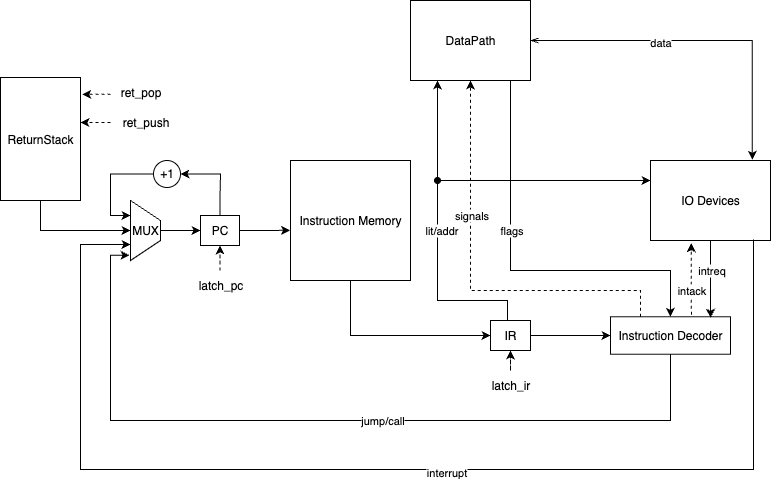
mike-yasnov/csa_lab_4_v2 keeps this draw.io diagram as docs/images/controlunit.png. Above is the earlier version. Source tidied: cells renumbered, new cells last; positions are measured from the earlier drawing's top-left corner, leaving out a move shared by most shapes. The source it was exported from:
```xml
<mxGraphModel>
  <root>
    <mxCell id="0" />
    <mxCell id="1" parent="0" />
    <mxCell id="2" style="edgeStyle=orthogonalEdgeStyle;rounded=0;jettySize=auto;html=1;exitX=0.5;exitY=0;exitDx=0;exitDy=0;entryX=0;entryY=0.5;entryDx=0;entryDy=0;" parent="1" edge="1" source="3" target="6">
      <mxGeometry relative="1" as="geometry" />
    </mxCell>
    <mxCell id="3" value="MUX" style="shape=trapezoid;perimeter=trapezoidPerimeter;whiteSpace=wrap;html=1;fixedSize=1;direction=south;" parent="1" vertex="1">
      <mxGeometry x="130" y="200" width="30" height="60" as="geometry" />
    </mxCell>
    <mxCell id="4" style="edgeStyle=orthogonalEdgeStyle;rounded=0;jettySize=auto;html=1;exitX=0.5;exitY=1;exitDx=0;exitDy=0;" parent="1" edge="1" source="15">
      <mxGeometry relative="1" as="geometry">
        <mxPoint x="130" y="230" as="targetPoint" />
        <Array as="points">
          <mxPoint x="50" y="230" />
          <mxPoint x="130" y="230" />
        </Array>
      </mxGeometry>
    </mxCell>
    <mxCell id="5" style="edgeStyle=orthogonalEdgeStyle;rounded=0;jettySize=auto;html=1;entryX=1;entryY=0.5;entryDx=0;entryDy=0;" parent="1" edge="1" source="6" target="20">
      <mxGeometry relative="1" as="geometry">
        <Array as="points">
          <mxPoint x="220" y="195" />
          <mxPoint x="220" y="195" />
          <mxPoint x="220" y="173" />
        </Array>
      </mxGeometry>
    </mxCell>
    <mxCell id="6" value="PC" style="rounded=0;whiteSpace=wrap;html=1;fillColor=none;" parent="1" vertex="1">
      <mxGeometry x="200" y="215" width="39" height="30" as="geometry" />
    </mxCell>
    <mxCell id="7" style="edgeStyle=orthogonalEdgeStyle;rounded=0;jettySize=auto;html=1;entryX=0;entryY=0.5;entryDx=0;entryDy=0;exitX=0.5;exitY=1;exitDx=0;exitDy=0;" parent="1" edge="1" source="8" target="11">
      <mxGeometry relative="1" as="geometry">
        <Array as="points">
          <mxPoint x="350" y="335" />
        </Array>
      </mxGeometry>
    </mxCell>
    <mxCell id="8" value="Instruction Memory" style="whiteSpace=wrap;html=1;fillColor=none;" parent="1" vertex="1">
      <mxGeometry x="290" y="160" width="120" height="120" as="geometry" />
    </mxCell>
    <mxCell id="9" style="edgeStyle=orthogonalEdgeStyle;rounded=0;jettySize=auto;html=1;exitX=1;exitY=0.5;exitDx=0;exitDy=0;entryX=-0.003;entryY=0.581;entryDx=0;entryDy=0;entryPerimeter=0;" parent="1" edge="1" source="6" target="8">
      <mxGeometry relative="1" as="geometry" />
    </mxCell>
    <mxCell id="10" style="edgeStyle=orthogonalEdgeStyle;rounded=0;jettySize=auto;html=1;exitX=1;exitY=0.5;exitDx=0;exitDy=0;entryX=0;entryY=0.5;entryDx=0;entryDy=0;" parent="1" edge="1" source="11" target="25">
      <mxGeometry relative="1" as="geometry" />
    </mxCell>
    <mxCell id="11" value="IR" style="rounded=0;whiteSpace=wrap;html=1;fillColor=none;" parent="1" vertex="1">
      <mxGeometry x="490" y="320" width="40" height="30" as="geometry" />
    </mxCell>
    <mxCell id="12" style="edgeStyle=orthogonalEdgeStyle;rounded=0;jettySize=auto;html=1;entryX=0.5;entryY=1;entryDx=0;entryDy=0;dashed=1;" parent="1" edge="1" source="13" target="11">
      <mxGeometry relative="1" as="geometry" />
    </mxCell>
    <mxCell id="13" value="latch_ir" style="text;html=1;align=center;verticalAlign=middle;points=[];strokeColor=none;fillColor=none;" parent="1" vertex="1">
      <mxGeometry x="480" y="370" width="60" height="30" as="geometry" />
    </mxCell>
    <mxCell id="14" style="group;" parent="1" vertex="1">
      <mxGeometry y="77" width="210" height="123" as="geometry" />
    </mxCell>
    <mxCell id="15" value="ReturnStack" style="rounded=0;whiteSpace=wrap;html=1;fillColor=none;" parent="14" vertex="1">
      <mxGeometry width="80" height="123" as="geometry" />
    </mxCell>
    <mxCell id="16" value="ret_pop" style="text;html=1;align=center;verticalAlign=middle;points=[];strokeColor=none;fillColor=none;" parent="14" vertex="1">
      <mxGeometry x="110" width="60" height="30" as="geometry" />
    </mxCell>
    <mxCell id="17" style="edgeStyle=orthogonalEdgeStyle;rounded=0;jettySize=auto;html=1;dashed=1;entryX=1.021;entryY=0.136;entryDx=0;entryDy=0;entryPerimeter=0;" parent="14" edge="1" source="16" target="15">
      <mxGeometry relative="1" as="geometry">
        <Array as="points">
          <mxPoint x="130" y="17" />
          <mxPoint x="130" y="17" />
        </Array>
      </mxGeometry>
    </mxCell>
    <mxCell id="18" style="edgeStyle=orthogonalEdgeStyle;rounded=0;jettySize=auto;html=1;dashed=1;" parent="14" edge="1" source="19" target="15">
      <mxGeometry relative="1" as="geometry">
        <Array as="points">
          <mxPoint x="130" y="43" />
          <mxPoint x="130" y="43" />
        </Array>
      </mxGeometry>
    </mxCell>
    <mxCell id="19" value="ret_push" style="text;html=1;align=center;verticalAlign=middle;points=[];strokeColor=none;fillColor=none;" parent="14" vertex="1">
      <mxGeometry x="110" y="30" width="70" height="30" as="geometry" />
    </mxCell>
    <mxCell id="20" value="+1" style="ellipse;whiteSpace=wrap;html=1;" parent="14" vertex="1">
      <mxGeometry x="153" y="83" width="27" height="27" as="geometry" />
    </mxCell>
    <mxCell id="21" style="edgeStyle=orthogonalEdgeStyle;rounded=0;jettySize=auto;html=1;exitX=0.5;exitY=1;exitDx=0;exitDy=0;entryX=0.913;entryY=1.03;entryDx=0;entryDy=0;entryPerimeter=0;" parent="1" edge="1" source="25" target="3">
      <mxGeometry relative="1" as="geometry">
        <Array as="points">
          <mxPoint x="670" y="420" />
          <mxPoint x="110" y="420" />
          <mxPoint x="110" y="255" />
        </Array>
      </mxGeometry>
    </mxCell>
    <mxCell id="22" value="jump/call" style="edgeLabel;html=1;align=center;verticalAlign=middle;" parent="21" vertex="1">
      <mxGeometry x="-0.12" y="-1" relative="1" as="geometry" />
    </mxCell>
    <mxCell id="23" style="edgeStyle=orthogonalEdgeStyle;rounded=0;jettySize=auto;html=1;exitX=0.25;exitY=0;exitDx=0;exitDy=0;dashed=1;" parent="1" edge="1" source="25" target="31">
      <mxGeometry relative="1" as="geometry">
        <Array as="points">
          <mxPoint x="640" y="290" />
          <mxPoint x="470" y="290" />
        </Array>
      </mxGeometry>
    </mxCell>
    <mxCell id="24" value="signals" style="edgeLabel;html=1;align=center;verticalAlign=middle;" parent="23" vertex="1">
      <mxGeometry x="0.56" relative="1" as="geometry">
        <mxPoint y="46" as="offset" />
      </mxGeometry>
    </mxCell>
    <mxCell id="25" value="Instruction Decoder" style="rounded=0;whiteSpace=wrap;html=1;fillColor=none;" parent="1" vertex="1">
      <mxGeometry x="610" y="316.2" width="120" height="37.5" as="geometry" />
    </mxCell>
    <mxCell id="26" style="edgeStyle=orthogonalEdgeStyle;rounded=0;jettySize=auto;html=1;exitX=0;exitY=0.5;exitDx=0;exitDy=0;entryX=0.25;entryY=1;entryDx=0;entryDy=0;" parent="1" edge="1" source="20" target="3">
      <mxGeometry relative="1" as="geometry" />
    </mxCell>
    <mxCell id="27" style="edgeStyle=orthogonalEdgeStyle;rounded=0;jettySize=auto;html=1;entryX=0.5;entryY=1;entryDx=0;entryDy=0;dashed=1;" parent="1" edge="1" source="28" target="6">
      <mxGeometry relative="1" as="geometry" />
    </mxCell>
    <mxCell id="28" value="latch_pc" style="text;html=1;align=center;verticalAlign=middle;points=[];strokeColor=none;fillColor=none;" parent="1" vertex="1">
      <mxGeometry x="184.5" y="270" width="70" height="30" as="geometry" />
    </mxCell>
    <mxCell id="29" style="edgeStyle=orthogonalEdgeStyle;rounded=0;jettySize=auto;html=1;exitX=0.5;exitY=1;exitDx=0;exitDy=0;" parent="1" edge="1" source="31" target="25">
      <mxGeometry relative="1" as="geometry">
        <Array as="points">
          <mxPoint x="510" y="80" />
          <mxPoint x="510" y="270" />
          <mxPoint x="670" y="270" />
        </Array>
      </mxGeometry>
    </mxCell>
    <mxCell id="30" value="flags" style="edgeLabel;html=1;align=center;verticalAlign=middle;" parent="29" vertex="1">
      <mxGeometry x="-0.35" y="1" relative="1" as="geometry">
        <mxPoint x="-1" y="47" as="offset" />
      </mxGeometry>
    </mxCell>
    <mxCell id="31" value="DataPath" style="rounded=0;whiteSpace=wrap;html=1;fillColor=none;" parent="1" vertex="1">
      <mxGeometry x="410" width="120" height="80" as="geometry" />
    </mxCell>
    <mxCell id="32" value="IO Devices" style="rounded=0;whiteSpace=wrap;html=1;fillColor=none;" parent="1" vertex="1">
      <mxGeometry x="650" y="160" width="120" height="80" as="geometry" />
    </mxCell>
    <mxCell id="33" style="edgeStyle=orthogonalEdgeStyle;rounded=0;jettySize=auto;html=1;exitX=1;exitY=0.5;exitDx=0;exitDy=0;entryX=0.848;entryY=-0.01;entryDx=0;entryDy=0;entryPerimeter=0;startArrow=openThin;startFill=0;" parent="1" edge="1" source="31" target="32">
      <mxGeometry relative="1" as="geometry" />
    </mxCell>
    <mxCell id="34" value="data" style="edgeLabel;html=1;align=center;verticalAlign=middle;" parent="33" vertex="1">
      <mxGeometry x="-0.24" y="-1" relative="1" as="geometry" />
    </mxCell>
    <mxCell id="35" style="edgeStyle=orthogonalEdgeStyle;rounded=0;orthogonalLoop=1;jettySize=auto;html=1;exitX=0.75;exitY=1;exitDx=0;exitDy=0;startArrow=classic;startFill=1;shape=wire;dashed=1;endArrow=none;endFill=0;" parent="1" edge="1">
      <mxGeometry relative="1" as="geometry">
        <mxPoint x="130" y="244" as="sourcePoint" />
        <mxPoint x="753" y="239" as="targetPoint" />
        <Array as="points">
          <mxPoint x="80" y="244" />
          <mxPoint x="80" y="469" />
          <mxPoint x="753" y="469" />
        </Array>
      </mxGeometry>
    </mxCell>
    <mxCell id="36" value="interrupt" style="edgeLabel;html=1;align=center;verticalAlign=middle;" parent="35" vertex="1">
      <mxGeometry x="0.09" y="-2" relative="1" as="geometry" />
    </mxCell>
    <mxCell id="37" style="group;" parent="1" vertex="1">
      <mxGeometry x="437" y="80" width="70" height="240" as="geometry" />
    </mxCell>
    <mxCell id="38" style="edgeStyle=orthogonalEdgeStyle;rounded=0;orthogonalLoop=1;jettySize=auto;html=1;entryX=0.25;entryY=1;entryDx=0;entryDy=0;" parent="37" edge="1">
      <mxGeometry relative="1" as="geometry">
        <mxPoint x="70" y="240" as="sourcePoint" />
        <mxPoint as="targetPoint" />
        <Array as="points">
          <mxPoint x="70" y="220" />
          <mxPoint y="220" />
        </Array>
      </mxGeometry>
    </mxCell>
    <mxCell id="39" value="lit/addr" style="edgeLabel;html=1;align=center;verticalAlign=middle;" parent="38" vertex="1">
      <mxGeometry x="0.2" y="2" relative="1" as="geometry">
        <mxPoint x="5" y="25" as="offset" />
      </mxGeometry>
    </mxCell>
    <mxCell id="40" style="edgeStyle=none;jettySize=auto;html=1;rounded=0;startArrow=oval;startFill=1;entryX=0;entryY=0.25;entryDx=0;entryDy=0;" parent="37" edge="1" target="32">
      <mxGeometry relative="1" as="geometry">
        <mxPoint y="100" as="sourcePoint" />
      </mxGeometry>
    </mxCell>
    <mxCell id="41" style="edgeStyle=orthogonalEdgeStyle;rounded=0;jettySize=auto;html=1;entryX=0.834;entryY=0.027;entryDx=0;entryDy=0;entryPerimeter=0;" parent="1" edge="1" source="32" target="25">
      <mxGeometry relative="1" as="geometry" />
    </mxCell>
    <mxCell id="42" value="intreq" style="edgeLabel;html=1;align=center;verticalAlign=middle;" parent="41" vertex="1">
      <mxGeometry x="0.02" y="2" relative="1" as="geometry">
        <mxPoint x="-2" y="-10" as="offset" />
      </mxGeometry>
    </mxCell>
    <mxCell id="43" style="edgeStyle=none;jettySize=auto;html=1;rounded=0;entryX=0.34;entryY=1.034;entryDx=0;entryDy=0;entryPerimeter=0;exitX=0.674;exitY=-0.056;exitDx=0;exitDy=0;exitPerimeter=0;dashed=1;" parent="1" edge="1" source="25" target="32">
      <mxGeometry relative="1" as="geometry" />
    </mxCell>
    <mxCell id="44" value="intack" style="edgeLabel;html=1;align=center;verticalAlign=middle;" parent="43" vertex="1">
      <mxGeometry x="-0.32" relative="1" as="geometry" />
    </mxCell>
  </root>
</mxGraphModel>
```
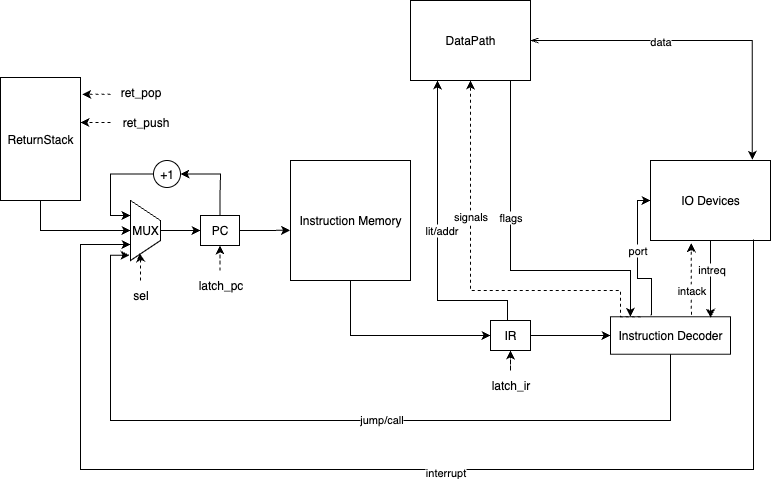
After the commit.

Commit message:
Rename CPU to ControlUnit; Z->S; update runner/docs

Change to the diagram source:
```diff
@@ -100,7 +100,8 @@
     <mxCell id="23" style="edgeStyle=orthogonalEdgeStyle;rounded=0;jettySize=auto;html=1;exitX=0.25;exitY=0;exitDx=0;exitDy=0;dashed=1;" parent="1" edge="1" source="25" target="31">
       <mxGeometry relative="1" as="geometry">
         <Array as="points">
-          <mxPoint x="640" y="290" />
+          <mxPoint x="620" y="316" />
+          <mxPoint x="620" y="290" />
           <mxPoint x="470" y="290" />
         </Array>
       </mxGeometry>
@@ -127,7 +128,7 @@
         <Array as="points">
           <mxPoint x="510" y="80" />
           <mxPoint x="510" y="270" />
-          <mxPoint x="670" y="270" />
+          <mxPoint x="630" y="270" />
         </Array>
       </mxGeometry>
     </mxCell>
@@ -180,11 +181,6 @@
         <mxPoint x="5" y="25" as="offset" />
       </mxGeometry>
     </mxCell>
-    <mxCell id="40" style="edgeStyle=none;jettySize=auto;html=1;rounded=0;startArrow=oval;startFill=1;entryX=0;entryY=0.25;entryDx=0;entryDy=0;" parent="37" edge="1" target="32">
-      <mxGeometry relative="1" as="geometry">
-        <mxPoint y="100" as="sourcePoint" />
-      </mxGeometry>
-    </mxCell>
     <mxCell id="41" style="edgeStyle=orthogonalEdgeStyle;rounded=0;jettySize=auto;html=1;entryX=0.834;entryY=0.027;entryDx=0;entryDy=0;entryPerimeter=0;" parent="1" edge="1" source="32" target="25">
       <mxGeometry relative="1" as="geometry" />
     </mxCell>
@@ -199,5 +195,25 @@
     <mxCell id="44" value="intack" style="edgeLabel;html=1;align=center;verticalAlign=middle;" parent="43" vertex="1">
       <mxGeometry x="-0.32" relative="1" as="geometry" />
     </mxCell>
+    <mxCell id="45" value="sel" style="text;html=1;align=center;verticalAlign=middle;points=[];strokeColor=none;fillColor=none;" parent="1" vertex="1">
+      <mxGeometry x="120" y="280" width="40" height="30" as="geometry" />
+    </mxCell>
+    <mxCell id="46" style="edgeStyle=orthogonalEdgeStyle;rounded=0;jettySize=auto;html=1;entryX=0.875;entryY=0.693;entryDx=0;entryDy=0;entryPerimeter=0;dashed=1;" parent="1" edge="1" source="45" target="3">
+      <mxGeometry relative="1" as="geometry" />
+    </mxCell>
+    <mxCell id="47" style="edgeStyle=orthogonalEdgeStyle;rounded=0;jettySize=auto;html=1;exitX=0;exitY=0.5;exitDx=0;exitDy=0;startArrow=classic;startFill=1;endArrow=none;endFill=0;entryX=0.358;entryY=-0.049;entryDx=0;entryDy=0;entryPerimeter=0;" parent="1" edge="1" source="32">
+      <mxGeometry relative="1" as="geometry">
+        <mxPoint x="650" y="314.4" as="targetPoint" />
+        <Array as="points">
+          <mxPoint x="637" y="200" />
+          <mxPoint x="637" y="278" />
+          <mxPoint x="651" y="278" />
+          <mxPoint x="651" y="314" />
+        </Array>
+      </mxGeometry>
+    </mxCell>
+    <mxCell id="48" value="port" style="edgeLabel;html=1;align=center;verticalAlign=middle;" parent="47" vertex="1">
+      <mxGeometry x="-0.11" y="-1" relative="1" as="geometry" />
+    </mxCell>
   </root>
 </mxGraphModel>
```
